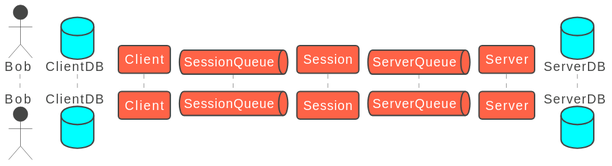
The PlantUML diagram out/createGroup.svg in mchlebosz/IPC-Chat-Service, before a commit.
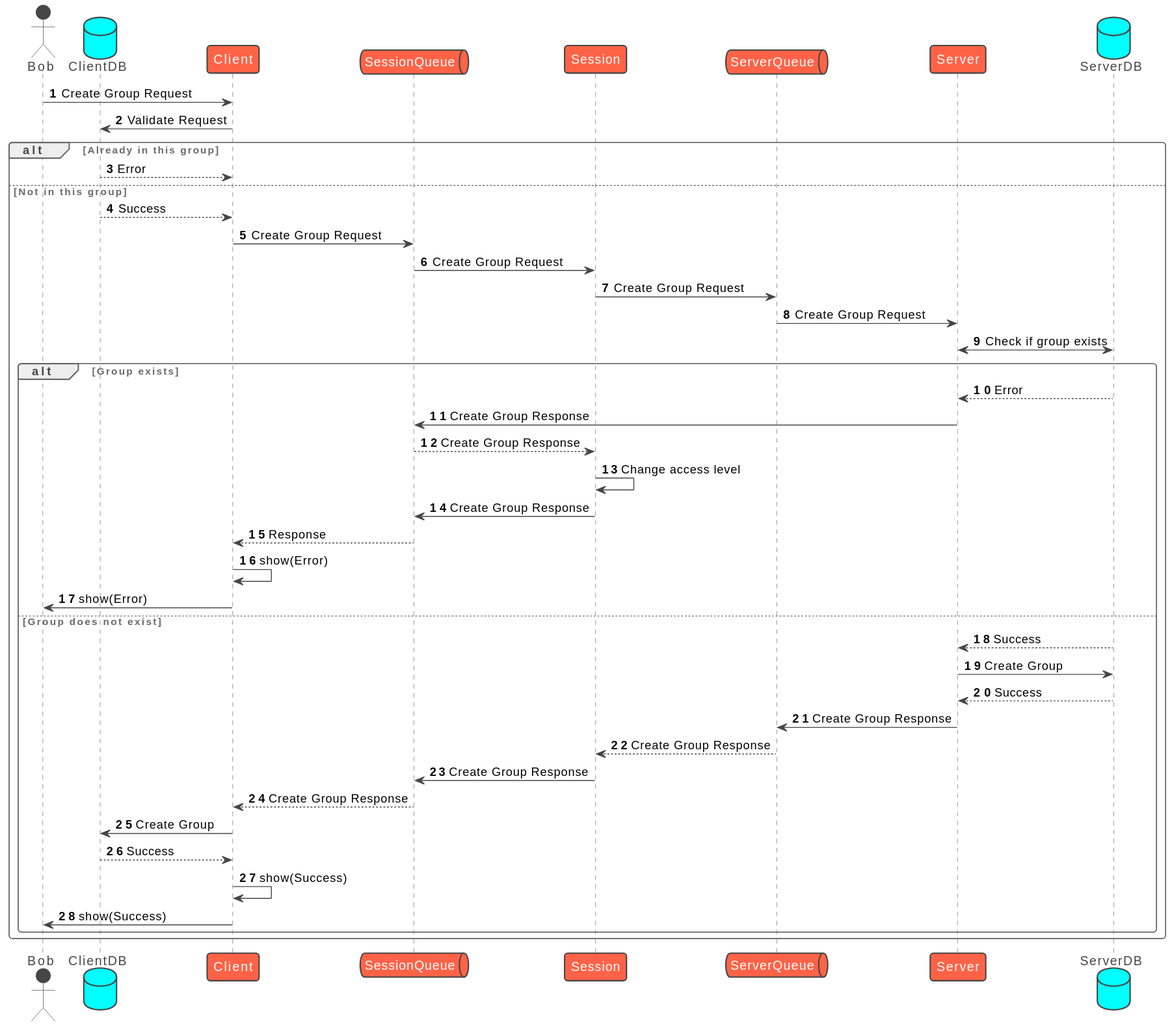
Later version of the same file.

Diff of the diagram source:
```diff
@@ -11,4 +11,40 @@
 queue ServerQueue
 participant Server
 database ServerDB
+
+User -> Client : Create Group Request
+Client -> ClientDB : Validate Request
+alt Already in this group
+    ClientDB --> Client : Error
+else Not in this group
+    ClientDB --> Client : Success
+    Client -> SessionQueue : Create Group Request
+    SessionQueue -> Session : Create Group Request
+    Session -> ServerQueue : Create Group Request
+    ServerQueue -> Server : Create Group Request
+    Server <-> ServerDB : Check if group exists
+    alt Group exists
+        ServerDB --> Server : Error
+        Server -> SessionQueue : Create Group Response
+        SessionQueue --> Session : Create Group Response
+        Session -> Session: Change access level
+        Session -> SessionQueue : Create Group Response
+        SessionQueue --> Client :  Response
+        Client -> Client : show(Error)
+        Client -> User : show(Error)
+    else Group does not exist
+        ServerDB --> Server : Success
+        Server -> ServerDB : Create Group
+        ServerDB --> Server : Success
+        Server -> ServerQueue : Create Group Response
+        ServerQueue --> Session : Create Group Response
+        Session -> SessionQueue : Create Group Response
+        SessionQueue --> Client : Create Group Response
+        Client -> ClientDB : Create Group
+        ClientDB --> Client : Success
+        Client -> Client : show(Success)
+        Client -> User : show(Success)
+    end
+
+end
 @enduml
```
